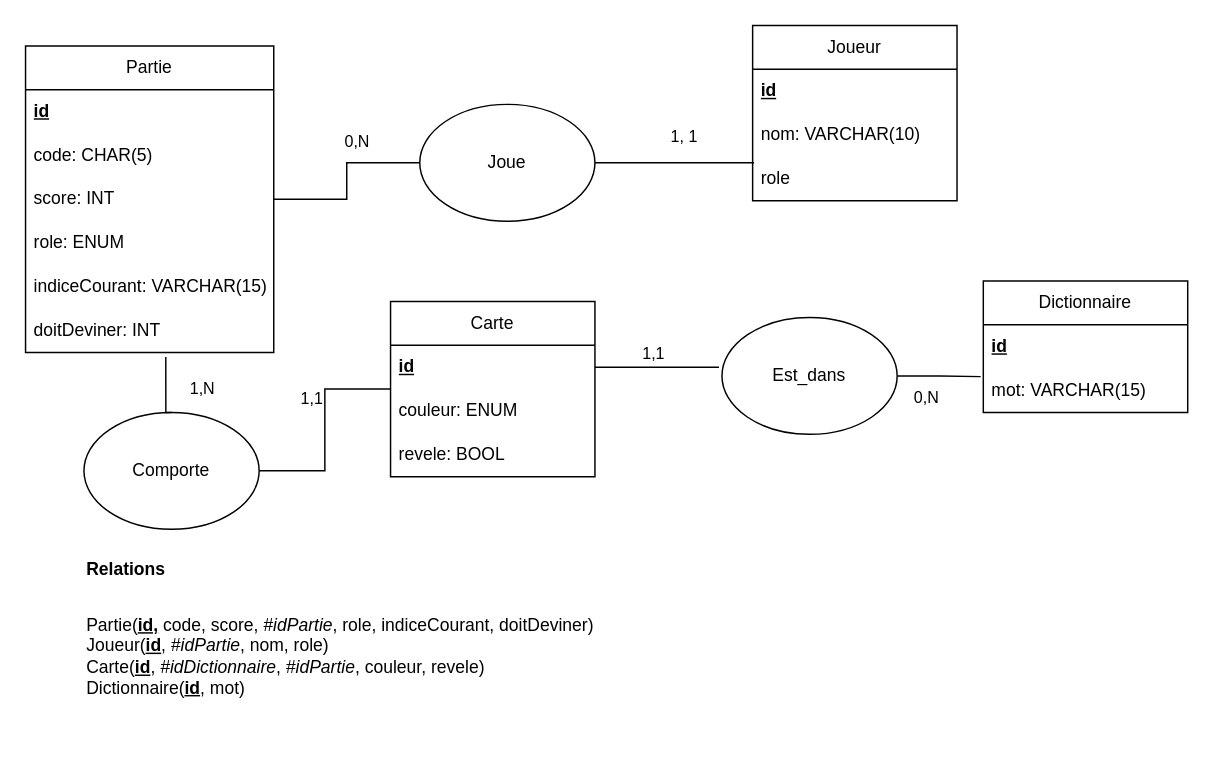
Earlier version of the draw.io diagram polynames_bdd.drawio (GehuL/PolyNames). Source tidied: cells renumbered, new cells numbered last; positions are measured from the earlier drawing's top-left corner, leaving out a move shared by most shapes. Both pictures are drawn from the tidied source at 146%, with x=0, y=0 at pixel (25, 25).
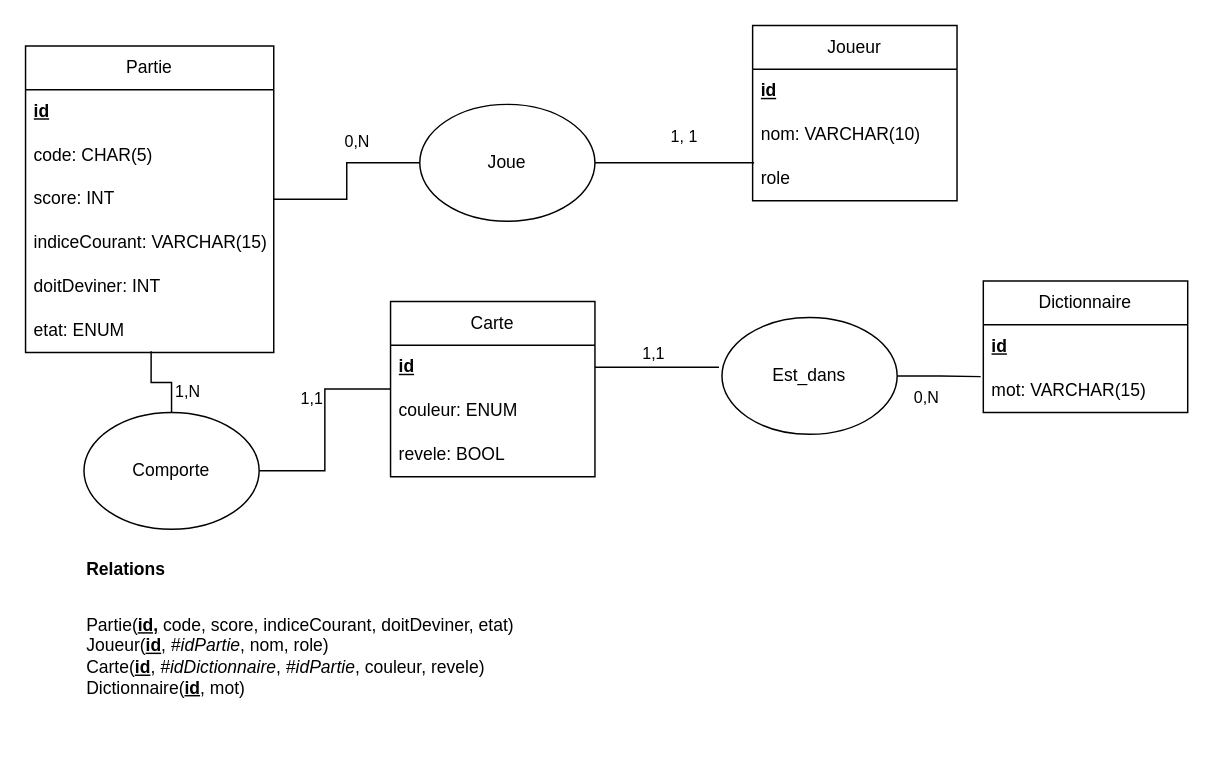
The same page after the edit.

Commit message (it also covers changes not shown here):
BDD role remplacer par etat de la partie

The change refers to these unchanged cells:
```xml
<mxCell id="13" value="Partie" style="swimlane;fontStyle=0;horizontal=1;startSize=30;whiteSpace=wrap;html=1;" parent="1" vertex="1">
  <mxGeometry y="14" width="170" height="210" as="geometry" />
</mxCell>
<mxCell id="33" value="Comporte" style="ellipse;whiteSpace=wrap;html=1;" parent="1" vertex="1">
  <mxGeometry x="40" y="265" width="120" height="80" as="geometry" />
</mxCell>
```

Diff of the diagram source:
```diff
@@
-    <mxCell id="17" value="role: ENUM" style="text;strokeColor=none;fillColor=none;align=left;verticalAlign=middle;spacingLeft=4;spacingRight=4;overflow=hidden;whiteSpace=wrap;html=1;" parent="13" vertex="1">
-      <mxGeometry y="120" width="170" height="30" as="geometry" />
-    </mxCell>
     <mxCell id="18" value="indiceCourant: VARCHAR(15)" style="text;strokeColor=none;fillColor=none;align=left;verticalAlign=middle;spacingLeft=4;spacingRight=4;overflow=hidden;whiteSpace=wrap;html=1;" parent="13" vertex="1">
-      <mxGeometry y="150" width="170" height="30" as="geometry" />
+      <mxGeometry y="120" width="170" height="30" as="geometry" />
     </mxCell>
     <mxCell id="19" value="doitDeviner: INT" style="text;strokeColor=none;fillColor=none;align=left;verticalAlign=middle;spacingLeft=4;spacingRight=4;overflow=hidden;points=[[0,0.5],[1,0.5]];portConstraint=eastwest;whiteSpace=wrap;html=1;" parent="13" vertex="1">
-      <mxGeometry y="180" width="170" height="30" as="geometry" />
+      <mxGeometry y="150" width="170" height="30" as="geometry" />
     </mxCell>
+    <mxCell id="37" value="etat: ENUM" style="text;strokeColor=none;fillColor=none;align=left;verticalAlign=middle;spacingLeft=4;spacingRight=4;overflow=hidden;points=[[0,0.5],[1,0.5]];portConstraint=eastwest;whiteSpace=wrap;html=1;" parent="13" vertex="1">
+      <mxGeometry y="180" width="170" height="30" as="geometry" />
+    </mxCell>
@@
-    <mxCell id="23" value="Partie(&lt;u style=&quot;font-weight: bold;&quot;&gt;id,&lt;/u&gt;&amp;nbsp;code, score,&amp;nbsp;&lt;i&gt;#idPartie&lt;/i&gt;, role, indiceCourant, doitDeviner)&lt;div&gt;&lt;div&gt;Joueur(&lt;b style=&quot;&quot;&gt;&lt;u&gt;id&lt;/u&gt;&lt;/b&gt;, &lt;i&gt;#idPartie&lt;/i&gt;, nom, role)&lt;/div&gt;&lt;div&gt;Carte(&lt;b&gt;&lt;u&gt;id&lt;/u&gt;&lt;/b&gt;, &lt;i&gt;#idDictionnaire&lt;/i&gt;, &lt;i&gt;#idPartie&lt;/i&gt;, couleur, revele)&lt;/div&gt;&lt;div&gt;Dictionnaire(&lt;b&gt;&lt;u&gt;id&lt;/u&gt;&lt;/b&gt;, mot)&lt;/div&gt;&lt;/div&gt;" style="text;html=1;align=left;verticalAlign=middle;whiteSpace=wrap;rounded=0;" parent="1" vertex="1">
+    <mxCell id="23" value="Partie(&lt;u style=&quot;font-weight: bold;&quot;&gt;id,&lt;/u&gt;&amp;nbsp;code, score,&amp;nbsp;indiceCourant, doitDeviner, etat)&lt;div&gt;&lt;div&gt;Joueur(&lt;b style=&quot;&quot;&gt;&lt;u&gt;id&lt;/u&gt;&lt;/b&gt;, &lt;i&gt;#idPartie&lt;/i&gt;, nom, role)&lt;/div&gt;&lt;div&gt;Carte(&lt;b&gt;&lt;u&gt;id&lt;/u&gt;&lt;/b&gt;, &lt;i&gt;#idDictionnaire&lt;/i&gt;, &lt;i&gt;#idPartie&lt;/i&gt;, couleur, revele)&lt;/div&gt;&lt;div&gt;Dictionnaire(&lt;b&gt;&lt;u&gt;id&lt;/u&gt;&lt;/b&gt;, mot)&lt;/div&gt;&lt;/div&gt;" style="text;html=1;align=left;verticalAlign=middle;whiteSpace=wrap;rounded=0;" parent="1" vertex="1">
       <mxGeometry x="40" y="374" width="450" height="115" as="geometry" />
     </mxCell>
@@
-    <mxCell id="35" style="edgeStyle=orthogonalEdgeStyle;rounded=0;jettySize=auto;html=1;exitX=0.5;exitY=0;exitDx=0;exitDy=0;entryX=0.565;entryY=1.1;entryDx=0;entryDy=0;entryPerimeter=0;endArrow=none;endFill=0;" parent="1" edge="1" source="33" target="19">
+    <mxCell id="35" style="edgeStyle=orthogonalEdgeStyle;rounded=0;jettySize=auto;html=1;exitX=0.5;exitY=0;exitDx=0;exitDy=0;endArrow=none;endFill=0;entryX=0.506;entryY=0.967;entryDx=0;entryDy=0;entryPerimeter=0;" parent="1" edge="1" source="33" target="37">
       <mxGeometry relative="1" as="geometry" />
     </mxCell>
```
